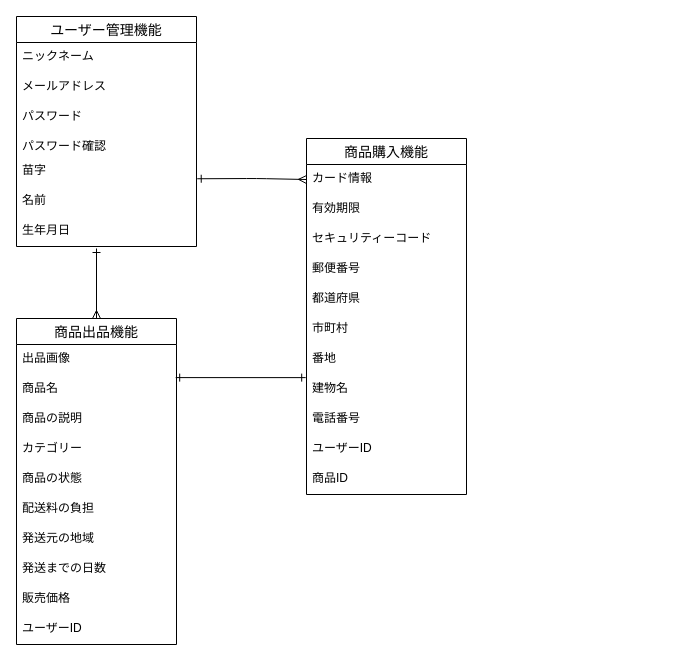
Above: TABLE .dio in kou1203/furima-34471 (draw.io), before the change. Source tidied: cells renumbered, new cells numbered last; positions are measured from the earlier drawing's top-left corner, leaving out a move shared by most shapes. Both pictures are drawn from the tidied source at 100%, with x=0, y=0 at pixel (16, 16).
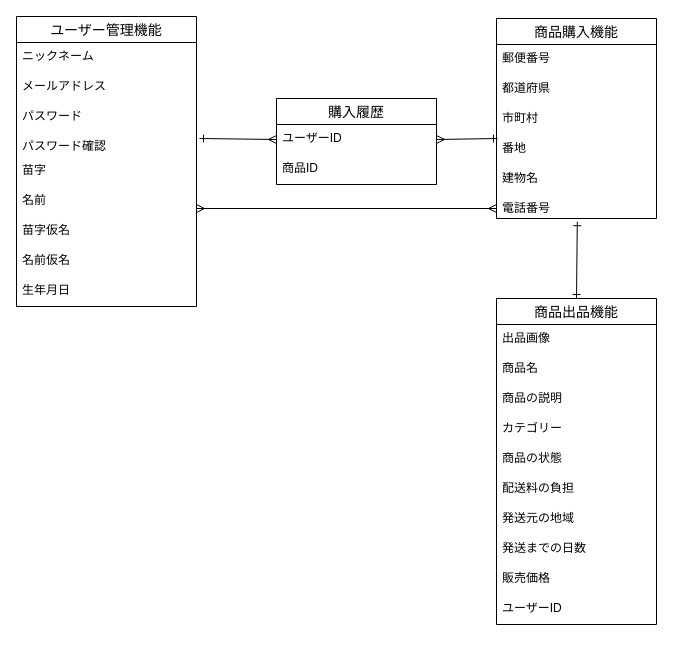
After the change.

Unchanged cells that the change refers to:
```xml
<mxCell id="7" value="苗字" style="text;strokeColor=none;fillColor=none;spacingLeft=4;spacingRight=4;overflow=hidden;points=[[0,0.5],[1,0.5]];portConstraint=eastwest;fontSize=12;" parent="2" vertex="1">
  <mxGeometry y="140" width="180" height="30" as="geometry" />
</mxCell>
```

What changed in the source:
```diff
@@
     <mxCell id="2" value="ユーザー管理機能" style="swimlane;fontStyle=0;horizontal=1;startSize=26;align=center;fontSize=14;" parent="1" vertex="1">
-      <mxGeometry width="180" height="230" as="geometry" />
+      <mxGeometry width="180" height="290" as="geometry" />
     </mxCell>
@@
+    <mxCell id="36" value="苗字仮名" style="text;strokeColor=none;fillColor=none;spacingLeft=4;spacingRight=4;overflow=hidden;fontSize=12;" parent="2" vertex="1">
+      <mxGeometry y="200" width="180" height="30" as="geometry" />
+    </mxCell>
+    <mxCell id="37" value="名前仮名" style="text;strokeColor=none;fillColor=none;spacingLeft=4;spacingRight=4;overflow=hidden;fontSize=12;" parent="2" vertex="1">
+      <mxGeometry y="230" width="180" height="30" as="geometry" />
+    </mxCell>
     <mxCell id="9" value="生年月日" style="text;strokeColor=none;fillColor=none;spacingLeft=4;spacingRight=4;overflow=hidden;fontSize=12;" parent="2" vertex="1">
-      <mxGeometry y="200" width="180" height="30" as="geometry" />
+      <mxGeometry y="260" width="180" height="30" as="geometry" />
     </mxCell>
     <mxCell id="10" value="商品購入機能" style="swimlane;fontStyle=0;horizontal=1;startSize=26;align=center;fontSize=14;" parent="1" vertex="1">
-      <mxGeometry x="290" y="122" width="160" height="356" as="geometry" />
+      <mxGeometry x="480" y="2" width="160" height="200" as="geometry" />
     </mxCell>
-    <mxCell id="11" value="カード情報" style="text;strokeColor=none;fillColor=none;spacingLeft=4;spacingRight=4;overflow=hidden;points=[[0,0.5],[1,0.5]];portConstraint=eastwest;fontSize=12;" parent="10" vertex="1">
-      <mxGeometry y="26" width="160" height="30" as="geometry" />
-    </mxCell>
-    <mxCell id="12" value="有効期限" style="text;strokeColor=none;fillColor=none;spacingLeft=4;spacingRight=4;overflow=hidden;fontSize=12;" parent="10" vertex="1">
-      <mxGeometry y="56" width="160" height="30" as="geometry" />
-    </mxCell>
-    <mxCell id="13" value="セキュリティーコード" style="text;strokeColor=none;fillColor=none;spacingLeft=4;spacingRight=4;overflow=hidden;fontSize=12;" parent="10" vertex="1">
-      <mxGeometry y="86" width="160" height="30" as="geometry" />
-    </mxCell>
     <mxCell id="14" value="郵便番号" style="text;strokeColor=none;fillColor=none;spacingLeft=4;spacingRight=4;overflow=hidden;fontSize=12;" parent="10" vertex="1">
-      <mxGeometry y="116" width="160" height="30" as="geometry" />
+      <mxGeometry y="26" width="160" height="30" as="geometry" />
     </mxCell>
     <mxCell id="15" value="都道府県" style="text;strokeColor=none;fillColor=none;spacingLeft=4;spacingRight=4;overflow=hidden;fontSize=12;" parent="10" vertex="1">
-      <mxGeometry y="146" width="160" height="30" as="geometry" />
+      <mxGeometry y="56" width="160" height="30" as="geometry" />
     </mxCell>
     <mxCell id="16" value="市町村" style="text;strokeColor=none;fillColor=none;spacingLeft=4;spacingRight=4;overflow=hidden;fontSize=12;" parent="10" vertex="1">
-      <mxGeometry y="176" width="160" height="30" as="geometry" />
+      <mxGeometry y="86" width="160" height="30" as="geometry" />
     </mxCell>
     <mxCell id="17" value="番地" style="text;strokeColor=none;fillColor=none;spacingLeft=4;spacingRight=4;overflow=hidden;fontSize=12;" parent="10" vertex="1">
-      <mxGeometry y="206" width="160" height="30" as="geometry" />
+      <mxGeometry y="116" width="160" height="30" as="geometry" />
     </mxCell>
     <mxCell id="18" value="建物名" style="text;strokeColor=none;fillColor=none;spacingLeft=4;spacingRight=4;overflow=hidden;points=[[0,0.5],[1,0.5]];portConstraint=eastwest;fontSize=12;" parent="10" vertex="1">
-      <mxGeometry y="236" width="160" height="30" as="geometry" />
+      <mxGeometry y="146" width="160" height="30" as="geometry" />
     </mxCell>
     <mxCell id="19" value="電話番号" style="text;strokeColor=none;fillColor=none;spacingLeft=4;spacingRight=4;overflow=hidden;points=[[0,0.5],[1,0.5]];portConstraint=eastwest;fontSize=12;" parent="10" vertex="1">
-      <mxGeometry y="266" width="160" height="30" as="geometry" />
+      <mxGeometry y="176" width="160" height="24" as="geometry" />
     </mxCell>
-    <mxCell id="20" value="ユーザーID" style="text;strokeColor=none;fillColor=none;spacingLeft=4;spacingRight=4;overflow=hidden;points=[[0,0.5],[1,0.5]];portConstraint=eastwest;fontSize=12;" parent="10" vertex="1">
-      <mxGeometry y="296" width="160" height="30" as="geometry" />
-    </mxCell>
-    <mxCell id="21" value="商品ID" style="text;strokeColor=none;fillColor=none;spacingLeft=4;spacingRight=4;overflow=hidden;fontSize=12;" parent="10" vertex="1">
-      <mxGeometry y="326" width="160" height="30" as="geometry" />
-    </mxCell>
     <mxCell id="22" value="商品出品機能" style="swimlane;fontStyle=0;horizontal=1;startSize=26;align=center;fontSize=14;" parent="1" vertex="1">
-      <mxGeometry y="302" width="160" height="326" as="geometry" />
+      <mxGeometry x="480" y="282" width="160" height="326" as="geometry" />
     </mxCell>
@@
-    <mxCell id="33" style="endArrow=ERone;html=1;rounded=1;strokeWidth=1;startArrow=ERmany;startFill=0;endFill=0;exitX=0;exitY=0.5;exitDx=0;exitDy=0;entryX=1.004;entryY=0.742;entryDx=0;entryDy=0;entryPerimeter=0;" parent="1" edge="1" source="11" target="7">
-      <mxGeometry relative="1" as="geometry">
-        <Array as="points">
-          <mxPoint x="240" y="162" />
-        </Array>
-      </mxGeometry>
-    </mxCell>
-    <mxCell id="34" style="endArrow=ERmany;html=1;rounded=0;strokeWidth=1;entryX=0.5;entryY=0;entryDx=0;entryDy=0;startArrow=ERone;startFill=0;endFill=0;" parent="1" edge="1" target="22">
-      <mxGeometry relative="1" as="geometry">
-        <mxPoint x="80" y="232" as="sourcePoint" />
-      </mxGeometry>
-    </mxCell>
-    <mxCell id="35" style="endArrow=ERone;html=1;rounded=0;strokeWidth=1;entryX=-0.005;entryY=0.104;entryDx=0;entryDy=0;entryPerimeter=0;exitX=0.995;exitY=0.104;exitDx=0;exitDy=0;exitPerimeter=0;startArrow=ERone;startFill=0;endFill=0;" parent="1" edge="1" target="18">
-      <mxGeometry relative="1" as="geometry">
-        <mxPoint x="159.2" y="361.1" as="sourcePoint" />
-      </mxGeometry>
-    </mxCell>
+    <mxCell id="38" value="購入履歴" style="swimlane;fontStyle=0;horizontal=1;startSize=26;align=center;fontSize=14;" parent="1" vertex="1">
+      <mxGeometry x="260" y="82" width="160" height="86" as="geometry" />
+    </mxCell>
+    <mxCell id="20" value="ユーザーID" style="text;strokeColor=none;fillColor=none;spacingLeft=4;spacingRight=4;overflow=hidden;points=[[0,0.5],[1,0.5]];portConstraint=eastwest;fontSize=12;" parent="38" vertex="1">
+      <mxGeometry y="26" width="160" height="30" as="geometry" />
+    </mxCell>
+    <mxCell id="21" value="商品ID" style="text;strokeColor=none;fillColor=none;spacingLeft=4;spacingRight=4;overflow=hidden;fontSize=12;" parent="38" vertex="1">
+      <mxGeometry y="56" width="160" height="30" as="geometry" />
+    </mxCell>
+    <mxCell id="39" style="endArrow=ERmany;html=1;rounded=0;strokeWidth=1;startArrow=ERone;startFill=0;endFill=0;entryX=0;entryY=0.5;entryDx=0;entryDy=0;" parent="1" edge="1" target="20">
+      <mxGeometry relative="1" as="geometry">
+        <mxPoint x="183" y="122" as="sourcePoint" />
+      </mxGeometry>
+    </mxCell>
+    <mxCell id="40" style="endArrow=ERone;html=1;rounded=0;strokeWidth=1;exitX=1;exitY=0.5;exitDx=0;exitDy=0;startArrow=ERmany;startFill=0;endFill=0;" parent="1" edge="1" source="20">
+      <mxGeometry relative="1" as="geometry">
+        <mxPoint x="481" y="122" as="targetPoint" />
+      </mxGeometry>
+    </mxCell>
+    <mxCell id="41" style="endArrow=ERone;html=1;rounded=0;strokeWidth=1;exitX=0.505;exitY=1.134;exitDx=0;exitDy=0;exitPerimeter=0;entryX=0.5;entryY=0;entryDx=0;entryDy=0;startArrow=ERone;startFill=0;endFill=0;" parent="1" edge="1" source="19" target="22">
+      <mxGeometry relative="1" as="geometry" />
+    </mxCell>
+    <mxCell id="42" style="endArrow=ERmany;html=1;rounded=0;strokeWidth=1;startArrow=ERmany;startFill=0;endFill=0;" parent="1" edge="1">
+      <mxGeometry relative="1" as="geometry">
+        <mxPoint x="180" y="192" as="sourcePoint" />
+        <mxPoint x="480" y="192" as="targetPoint" />
+      </mxGeometry>
+    </mxCell>
```
